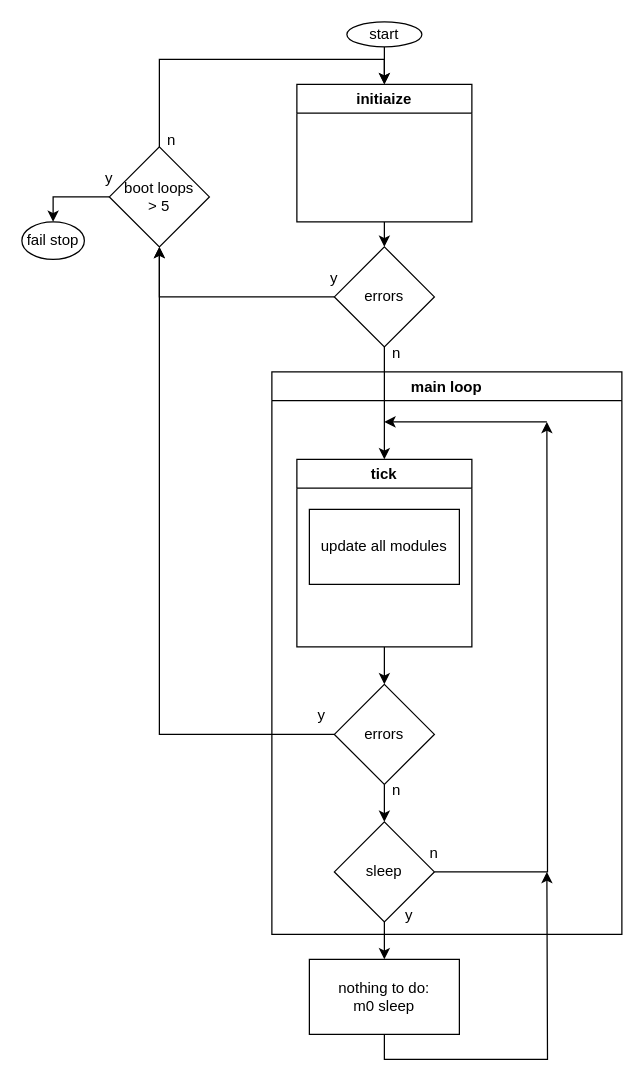
This is V2/code/M0 firmware/program flow.drawio from Scaniox/Glassphones, a draw.io file, before an edit. Source tidied: cells renumbered, new cells numbered last; positions are measured from the earlier drawing's top-left corner, leaving out a move shared by most shapes. Both pictures are drawn from the tidied source at 125%, with x=0, y=0 at pixel (21, 21).
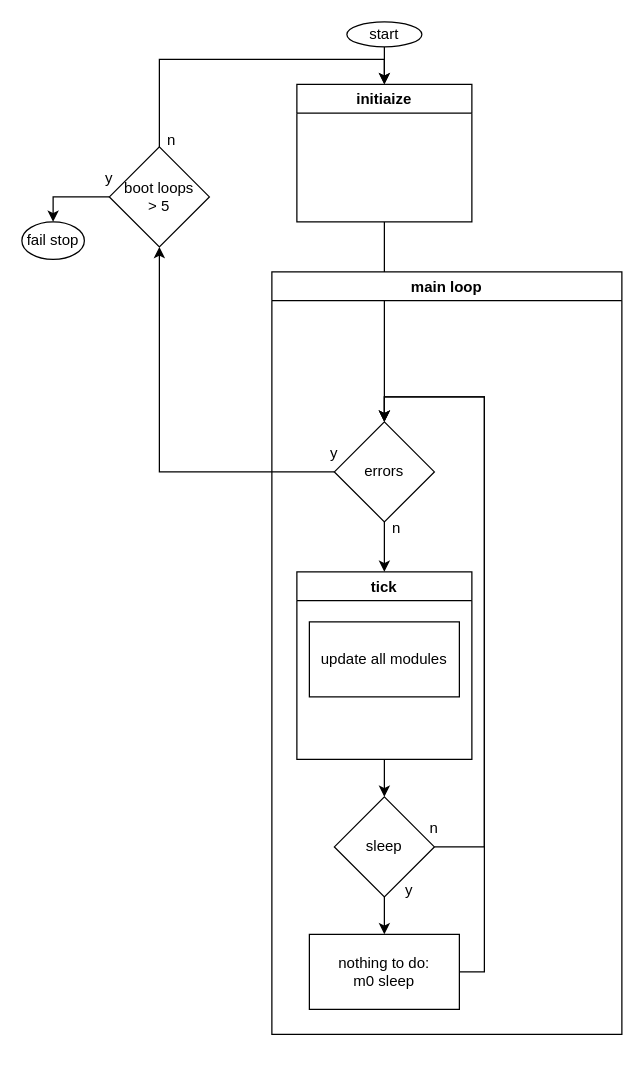
Above is the later version.

Commit message (it also covers changes not shown here):
05 11 22 program layout

Unchanged cells that the change refers to:
```xml
<mxCell id="27" value="boot loops &lt;br&gt;&amp;gt; 5" style="rhombus;whiteSpace=wrap;html=1;" parent="1" vertex="1">
  <mxGeometry x="70" y="100" width="80" height="80" as="geometry" />
</mxCell>
```

The edit, as a diff of the source:
```diff
@@
-    <mxCell id="6" style="edgeStyle=orthogonalEdgeStyle;rounded=0;jettySize=auto;html=1;exitX=0.5;exitY=1;exitDx=0;exitDy=0;entryX=0.5;entryY=0;entryDx=0;entryDy=0;" parent="1" edge="1" source="7" target="10">
-      <mxGeometry relative="1" as="geometry" />
-    </mxCell>
+    <mxCell id="17" value="main loop" style="swimlane;" parent="1" vertex="1">
+      <mxGeometry x="200" y="200" width="280" height="610" as="geometry" />
+    </mxCell>
+    <mxCell id="21" value="update all modules" style="rounded=0;whiteSpace=wrap;html=1;" parent="17" vertex="1">
+      <mxGeometry x="30" y="280" width="120" height="60" as="geometry" />
+    </mxCell>
+    <mxCell id="13" value="sleep" style="rhombus;whiteSpace=wrap;html=1;" parent="17" vertex="1">
+      <mxGeometry x="50" y="420" width="80" height="80" as="geometry" />
+    </mxCell>
+    <mxCell id="34" style="edgeStyle=orthogonalEdgeStyle;rounded=0;jettySize=auto;html=1;exitX=1;exitY=0.5;exitDx=0;exitDy=0;entryX=0.5;entryY=0;entryDx=0;entryDy=0;" parent="17" edge="1" source="16" target="24">
+      <mxGeometry relative="1" as="geometry" />
+    </mxCell>
+    <mxCell id="16" value="nothing to do:&lt;br&gt;m0 sleep" style="rounded=0;whiteSpace=wrap;html=1;" parent="17" vertex="1">
+      <mxGeometry x="30" y="530" width="120" height="60" as="geometry" />
+    </mxCell>
+    <mxCell id="12" style="edgeStyle=orthogonalEdgeStyle;rounded=0;jettySize=auto;html=1;exitX=0.5;exitY=1;exitDx=0;exitDy=0;entryX=0.5;entryY=0;entryDx=0;entryDy=0;" parent="17" edge="1" source="13" target="16">
+      <mxGeometry relative="1" as="geometry" />
+    </mxCell>
+    <mxCell id="35" style="edgeStyle=orthogonalEdgeStyle;rounded=0;jettySize=auto;html=1;exitX=0.5;exitY=1;exitDx=0;exitDy=0;entryX=0.5;entryY=0;entryDx=0;entryDy=0;" parent="17" edge="1" source="20" target="24">
+      <mxGeometry relative="1" as="geometry">
+        <Array as="points">
+          <mxPoint x="170" y="460" />
+          <mxPoint x="170" y="100" />
+          <mxPoint x="90" y="100" />
+        </Array>
+      </mxGeometry>
+    </mxCell>
+    <mxCell id="20" value="n" style="text;html=1;strokeColor=none;fillColor=none;align=center;verticalAlign=middle;whiteSpace=wrap;rounded=0;" parent="17" vertex="1">
+      <mxGeometry x="100" y="430" width="60" height="30" as="geometry" />
+    </mxCell>
+    <mxCell id="31" value="y" style="text;html=1;strokeColor=none;fillColor=none;align=center;verticalAlign=middle;whiteSpace=wrap;rounded=0;" parent="17" vertex="1">
+      <mxGeometry x="80" y="480" width="60" height="30" as="geometry" />
+    </mxCell>
+    <mxCell id="36" style="edgeStyle=orthogonalEdgeStyle;rounded=0;jettySize=auto;html=1;exitX=0.5;exitY=1;exitDx=0;exitDy=0;entryX=0.5;entryY=0;entryDx=0;entryDy=0;" parent="17" edge="1" source="7" target="13">
+      <mxGeometry relative="1" as="geometry" />
+    </mxCell>
-    <mxCell id="7" value="tick" style="swimlane;" parent="1" vertex="1">
-      <mxGeometry x="220" y="350" width="140" height="150" as="geometry" />
+    <mxCell id="7" value="tick" style="swimlane;" parent="17" vertex="1">
+      <mxGeometry x="20" y="240" width="140" height="150" as="geometry" />
     </mxCell>
-    <mxCell id="8" style="edgeStyle=orthogonalEdgeStyle;rounded=0;jettySize=auto;html=1;exitX=0.5;exitY=1;exitDx=0;exitDy=0;entryX=0.5;entryY=0;entryDx=0;entryDy=0;" parent="1" edge="1" source="10" target="13">
-      <mxGeometry relative="1" as="geometry" />
-    </mxCell>
-    <mxCell id="9" style="edgeStyle=orthogonalEdgeStyle;rounded=0;jettySize=auto;html=1;exitX=0;exitY=0.5;exitDx=0;exitDy=0;entryX=0.5;entryY=1;entryDx=0;entryDy=0;" parent="1" edge="1" source="10" target="27">
-      <mxGeometry relative="1" as="geometry" />
-    </mxCell>
-    <mxCell id="10" value="errors" style="rhombus;whiteSpace=wrap;html=1;" parent="1" vertex="1">
-      <mxGeometry x="250" y="530" width="80" height="80" as="geometry" />
-    </mxCell>
-    <mxCell id="11" style="edgeStyle=orthogonalEdgeStyle;rounded=0;jettySize=auto;html=1;exitX=1;exitY=0.5;exitDx=0;exitDy=0;" parent="1" edge="1" source="13">
-      <mxGeometry relative="1" as="geometry">
-        <mxPoint x="420" y="320" as="targetPoint" />
-      </mxGeometry>
-    </mxCell>
-    <mxCell id="12" style="edgeStyle=orthogonalEdgeStyle;rounded=0;jettySize=auto;html=1;exitX=0.5;exitY=1;exitDx=0;exitDy=0;entryX=0.5;entryY=0;entryDx=0;entryDy=0;" parent="1" edge="1" source="13" target="16">
-      <mxGeometry relative="1" as="geometry" />
-    </mxCell>
-    <mxCell id="13" value="sleep" style="rhombus;whiteSpace=wrap;html=1;" parent="1" vertex="1">
-      <mxGeometry x="250" y="640" width="80" height="80" as="geometry" />
-    </mxCell>
-    <mxCell id="14" style="endArrow=classic;html=1;rounded=0;" parent="1" edge="1">
-      <mxGeometry relative="1" as="geometry">
-        <mxPoint x="420" y="320" as="sourcePoint" />
-        <mxPoint x="290" y="320" as="targetPoint" />
-      </mxGeometry>
-    </mxCell>
-    <mxCell id="15" style="edgeStyle=orthogonalEdgeStyle;rounded=0;jettySize=auto;html=1;exitX=0.5;exitY=1;exitDx=0;exitDy=0;" parent="1" edge="1" source="16">
-      <mxGeometry relative="1" as="geometry">
-        <mxPoint x="420" y="680" as="targetPoint" />
-      </mxGeometry>
-    </mxCell>
-    <mxCell id="16" value="nothing to do:&lt;br&gt;m0 sleep" style="rounded=0;whiteSpace=wrap;html=1;" parent="1" vertex="1">
-      <mxGeometry x="230" y="750" width="120" height="60" as="geometry" />
-    </mxCell>
-    <mxCell id="17" value="main loop" style="swimlane;" parent="1" vertex="1">
-      <mxGeometry x="200" y="280" width="280" height="450" as="geometry" />
-    </mxCell>
-    <mxCell id="18" value="y" style="text;html=1;strokeColor=none;fillColor=none;align=center;verticalAlign=middle;whiteSpace=wrap;rounded=0;" parent="17" vertex="1">
-      <mxGeometry x="10" y="260" width="60" height="30" as="geometry" />
-    </mxCell>
-    <mxCell id="19" value="n" style="text;html=1;strokeColor=none;fillColor=none;align=center;verticalAlign=middle;whiteSpace=wrap;rounded=0;" parent="17" vertex="1">
-      <mxGeometry x="70" y="320" width="60" height="30" as="geometry" />
-    </mxCell>
-    <mxCell id="20" value="n" style="text;html=1;strokeColor=none;fillColor=none;align=center;verticalAlign=middle;whiteSpace=wrap;rounded=0;" parent="17" vertex="1">
-      <mxGeometry x="100" y="370" width="60" height="30" as="geometry" />
-    </mxCell>
-    <mxCell id="21" value="update all modules" style="rounded=0;whiteSpace=wrap;html=1;" parent="17" vertex="1">
-      <mxGeometry x="30" y="110" width="120" height="60" as="geometry" />
-    </mxCell>
+    <mxCell id="24" value="errors" style="rhombus;whiteSpace=wrap;html=1;" parent="17" vertex="1">
+      <mxGeometry x="50" y="120" width="80" height="80" as="geometry" />
+    </mxCell>
-    <mxCell id="22" style="edgeStyle=orthogonalEdgeStyle;rounded=0;jettySize=auto;html=1;exitX=0.5;exitY=1;exitDx=0;exitDy=0;entryX=0.5;entryY=0;entryDx=0;entryDy=0;" parent="1" edge="1" source="24" target="7">
+    <mxCell id="22" style="edgeStyle=orthogonalEdgeStyle;rounded=0;jettySize=auto;html=1;exitX=0.5;exitY=1;exitDx=0;exitDy=0;entryX=0.5;entryY=0;entryDx=0;entryDy=0;" parent="17" edge="1" source="24" target="7">
       <mxGeometry relative="1" as="geometry" />
     </mxCell>
+    <mxCell id="32" value="y" style="text;html=1;strokeColor=none;fillColor=none;align=center;verticalAlign=middle;whiteSpace=wrap;rounded=0;" parent="17" vertex="1">
+      <mxGeometry x="20" y="130" width="60" height="30" as="geometry" />
+    </mxCell>
+    <mxCell id="29" value="n" style="text;html=1;strokeColor=none;fillColor=none;align=center;verticalAlign=middle;whiteSpace=wrap;rounded=0;" parent="17" vertex="1">
+      <mxGeometry x="70" y="190" width="60" height="30" as="geometry" />
+    </mxCell>
@@
-    <mxCell id="24" value="errors" style="rhombus;whiteSpace=wrap;html=1;" parent="1" vertex="1">
-      <mxGeometry x="250" y="180" width="80" height="80" as="geometry" />
-    </mxCell>
@@
-    <mxCell id="29" value="n" style="text;html=1;strokeColor=none;fillColor=none;align=center;verticalAlign=middle;whiteSpace=wrap;rounded=0;" parent="1" vertex="1">
-      <mxGeometry x="270" y="250" width="60" height="30" as="geometry" />
-    </mxCell>
@@
-    <mxCell id="31" value="y" style="text;html=1;strokeColor=none;fillColor=none;align=center;verticalAlign=middle;whiteSpace=wrap;rounded=0;" parent="1" vertex="1">
-      <mxGeometry x="280" y="700" width="60" height="30" as="geometry" />
-    </mxCell>
-    <mxCell id="32" value="y" style="text;html=1;strokeColor=none;fillColor=none;align=center;verticalAlign=middle;whiteSpace=wrap;rounded=0;" parent="1" vertex="1">
-      <mxGeometry x="220" y="190" width="60" height="30" as="geometry" />
-    </mxCell>
```
